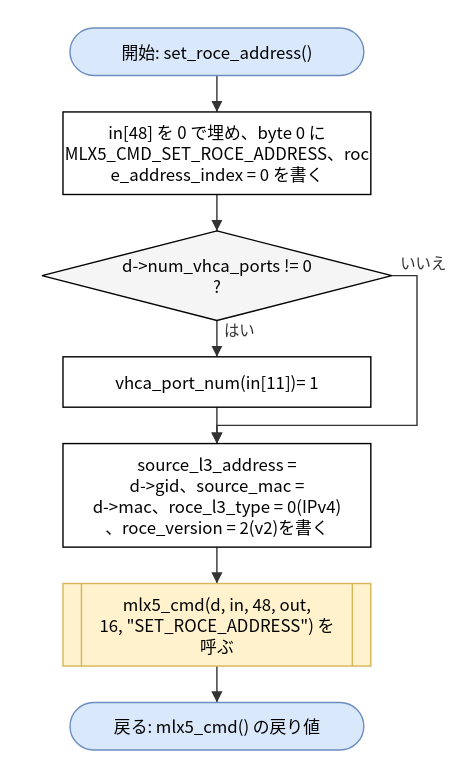
Above: doc/spec/images/flow_src_mlx5_hca-set_roce_address.drawio.svg in hf355051012-ai/bfmem (draw.io), before the change. Source tidied: cells renumbered, new cells last; positions are measured from the earlier drawing's top-left corner, leaving out a move shared by most shapes. The source it was exported from:
```xml
<mxGraphModel>
  <root>
    <mxCell id="0" />
    <mxCell id="1" parent="0" />
    <mxCell id="2" value="開始: set_roce_address()" style="rounded=1;arcSize=50;whiteSpace=wrap;html=1;fillColor=#dae8fc;strokeColor=#6c8ebf;" parent="1" vertex="1">
      <mxGeometry x="20" width="210" height="34" as="geometry" />
    </mxCell>
    <mxCell id="3" value="in[48] を 0 で埋め、byte 0 に&lt;br&gt;MLX5_CMD_SET_ROCE_ADDRESS、roc&lt;br&gt;e_address_index = 0 を書く" style="rounded=0;whiteSpace=wrap;html=1;" parent="1" vertex="1">
      <mxGeometry x="15" y="60" width="220" height="59" as="geometry" />
    </mxCell>
    <mxCell id="4" value="d-&amp;gt;num_vhca_ports != 0&lt;br&gt;?" style="rhombus;whiteSpace=wrap;html=1;fillColor=#f5f5f5;" parent="1" vertex="1">
      <mxGeometry y="145" width="250" height="64" as="geometry" />
    </mxCell>
    <mxCell id="5" value="vhca_port_num(in[11])= 1" style="rounded=0;whiteSpace=wrap;html=1;" parent="1" vertex="1">
      <mxGeometry x="15" y="235" width="220" height="36" as="geometry" />
    </mxCell>
    <mxCell id="6" value="source_l3_address =&lt;br&gt;d-&amp;gt;gid、source_mac =&lt;br&gt;d-&amp;gt;mac、roce_l3_type = 0(IPv4)&lt;br&gt;、roce_version = 2(v2)を書く" style="rounded=0;whiteSpace=wrap;html=1;" parent="1" vertex="1">
      <mxGeometry x="15" y="297" width="220" height="74" as="geometry" />
    </mxCell>
    <mxCell id="7" value="mlx5_cmd(d, in, 48, out,&lt;br&gt;16, &amp;quot;SET_ROCE_ADDRESS&amp;quot;) を&lt;br&gt;呼ぶ" style="shape=process;whiteSpace=wrap;html=1;backgroundOutline=1;size=0.06;fillColor=#fff2cc;strokeColor=#d6b656;" parent="1" vertex="1">
      <mxGeometry x="15" y="397" width="220" height="59" as="geometry" />
    </mxCell>
    <mxCell id="8" value="戻る: mlx5_cmd() の戻り値" style="rounded=1;arcSize=50;whiteSpace=wrap;html=1;fillColor=#dae8fc;strokeColor=#6c8ebf;" parent="1" vertex="1">
      <mxGeometry x="20" y="482" width="210" height="34" as="geometry" />
    </mxCell>
    <mxCell id="9" style="edgeStyle=none;html=1;rounded=0;endArrow=block;endFill=1;exitX=0.5000;exitY=1.0000;exitDx=0;exitDy=0;exitPerimeter=0;entryX=0.5000;entryY=0.0000;entryDx=0;entryDy=0;entryPerimeter=0;" parent="1" edge="1" source="2" target="3">
      <mxGeometry relative="1" as="geometry" />
    </mxCell>
    <mxCell id="10" style="edgeStyle=none;html=1;rounded=0;endArrow=block;endFill=1;exitX=0.5000;exitY=1.0000;exitDx=0;exitDy=0;exitPerimeter=0;entryX=0.5000;entryY=0.0000;entryDx=0;entryDy=0;entryPerimeter=0;" parent="1" edge="1" source="3" target="4">
      <mxGeometry relative="1" as="geometry" />
    </mxCell>
    <mxCell id="11" value="はい" style="edgeStyle=none;html=1;rounded=0;endArrow=block;endFill=1;exitX=0.5000;exitY=1.0000;exitDx=0;exitDy=0;exitPerimeter=0;entryX=0.5000;entryY=0.0000;entryDx=0;entryDy=0;entryPerimeter=0;" parent="1" edge="1" source="4" target="5">
      <mxGeometry relative="1" as="geometry" />
    </mxCell>
    <mxCell id="12" style="edgeStyle=none;html=1;rounded=0;endArrow=block;endFill=1;exitX=0.5000;exitY=1.0000;exitDx=0;exitDy=0;exitPerimeter=0;entryX=0.5000;entryY=0.0000;entryDx=0;entryDy=0;entryPerimeter=0;" parent="1" edge="1" source="5" target="6">
      <mxGeometry relative="1" as="geometry" />
    </mxCell>
    <mxCell id="13" value="いいえ" style="edgeStyle=none;html=1;rounded=0;endArrow=block;endFill=1;exitX=1.0000;exitY=0.5000;exitDx=0;exitDy=0;exitPerimeter=0;entryX=0.5000;entryY=0.0000;entryDx=0;entryDy=0;entryPerimeter=0;" parent="1" edge="1" source="4" target="6">
      <mxGeometry relative="1" as="geometry">
        <Array as="points">
          <mxPoint x="268" y="177" />
          <mxPoint x="268" y="284" />
          <mxPoint x="125" y="284" />
        </Array>
      </mxGeometry>
    </mxCell>
    <mxCell id="14" style="edgeStyle=none;html=1;rounded=0;endArrow=block;endFill=1;exitX=0.5000;exitY=1.0000;exitDx=0;exitDy=0;exitPerimeter=0;entryX=0.5000;entryY=0.0000;entryDx=0;entryDy=0;entryPerimeter=0;" parent="1" edge="1" source="6" target="7">
      <mxGeometry relative="1" as="geometry" />
    </mxCell>
    <mxCell id="15" style="edgeStyle=none;html=1;rounded=0;endArrow=block;endFill=1;exitX=0.5000;exitY=1.0000;exitDx=0;exitDy=0;exitPerimeter=0;entryX=0.5000;entryY=0.0000;entryDx=0;entryDy=0;entryPerimeter=0;" parent="1" edge="1" source="7" target="8">
      <mxGeometry relative="1" as="geometry" />
    </mxCell>
  </root>
</mxGraphModel>
```
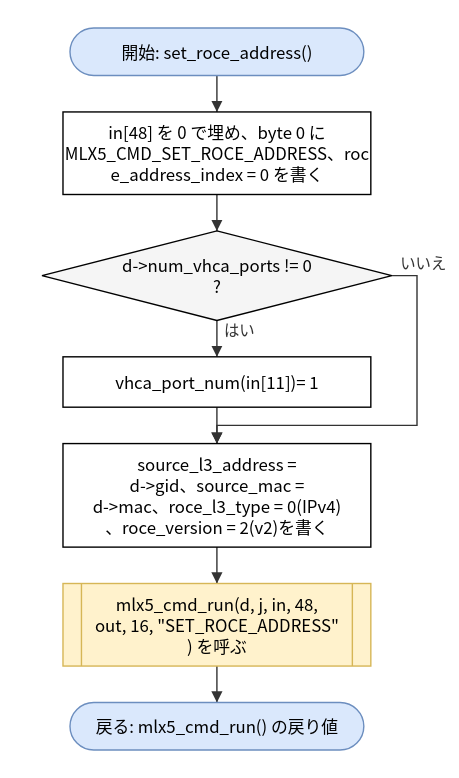
After the commit.

Diff of the diagram source:
```diff
@@ -17,10 +17,10 @@
     <mxCell id="6" value="source_l3_address =&lt;br&gt;d-&amp;gt;gid、source_mac =&lt;br&gt;d-&amp;gt;mac、roce_l3_type = 0(IPv4)&lt;br&gt;、roce_version = 2(v2)を書く" style="rounded=0;whiteSpace=wrap;html=1;" parent="1" vertex="1">
       <mxGeometry x="15" y="297" width="220" height="74" as="geometry" />
     </mxCell>
-    <mxCell id="7" value="mlx5_cmd(d, in, 48, out,&lt;br&gt;16, &amp;quot;SET_ROCE_ADDRESS&amp;quot;) を&lt;br&gt;呼ぶ" style="shape=process;whiteSpace=wrap;html=1;backgroundOutline=1;size=0.06;fillColor=#fff2cc;strokeColor=#d6b656;" parent="1" vertex="1">
+    <mxCell id="7" value="mlx5_cmd_run(d, j, in, 48,&lt;br&gt;out, 16, &amp;quot;SET_ROCE_ADDRESS&amp;quot;&lt;br&gt;) を呼ぶ" style="shape=process;whiteSpace=wrap;html=1;backgroundOutline=1;size=0.06;fillColor=#fff2cc;strokeColor=#d6b656;" parent="1" vertex="1">
       <mxGeometry x="15" y="397" width="220" height="59" as="geometry" />
     </mxCell>
-    <mxCell id="8" value="戻る: mlx5_cmd() の戻り値" style="rounded=1;arcSize=50;whiteSpace=wrap;html=1;fillColor=#dae8fc;strokeColor=#6c8ebf;" parent="1" vertex="1">
+    <mxCell id="8" value="戻る: mlx5_cmd_run() の戻り値" style="rounded=1;arcSize=50;whiteSpace=wrap;html=1;fillColor=#dae8fc;strokeColor=#6c8ebf;" parent="1" vertex="1">
       <mxGeometry x="20" y="482" width="210" height="34" as="geometry" />
     </mxCell>
     <mxCell id="9" style="edgeStyle=none;html=1;rounded=0;endArrow=block;endFill=1;exitX=0.5000;exitY=1.0000;exitDx=0;exitDy=0;exitPerimeter=0;entryX=0.5000;entryY=0.0000;entryDx=0;entryDy=0;entryPerimeter=0;" parent="1" edge="1" source="2" target="3">
```
